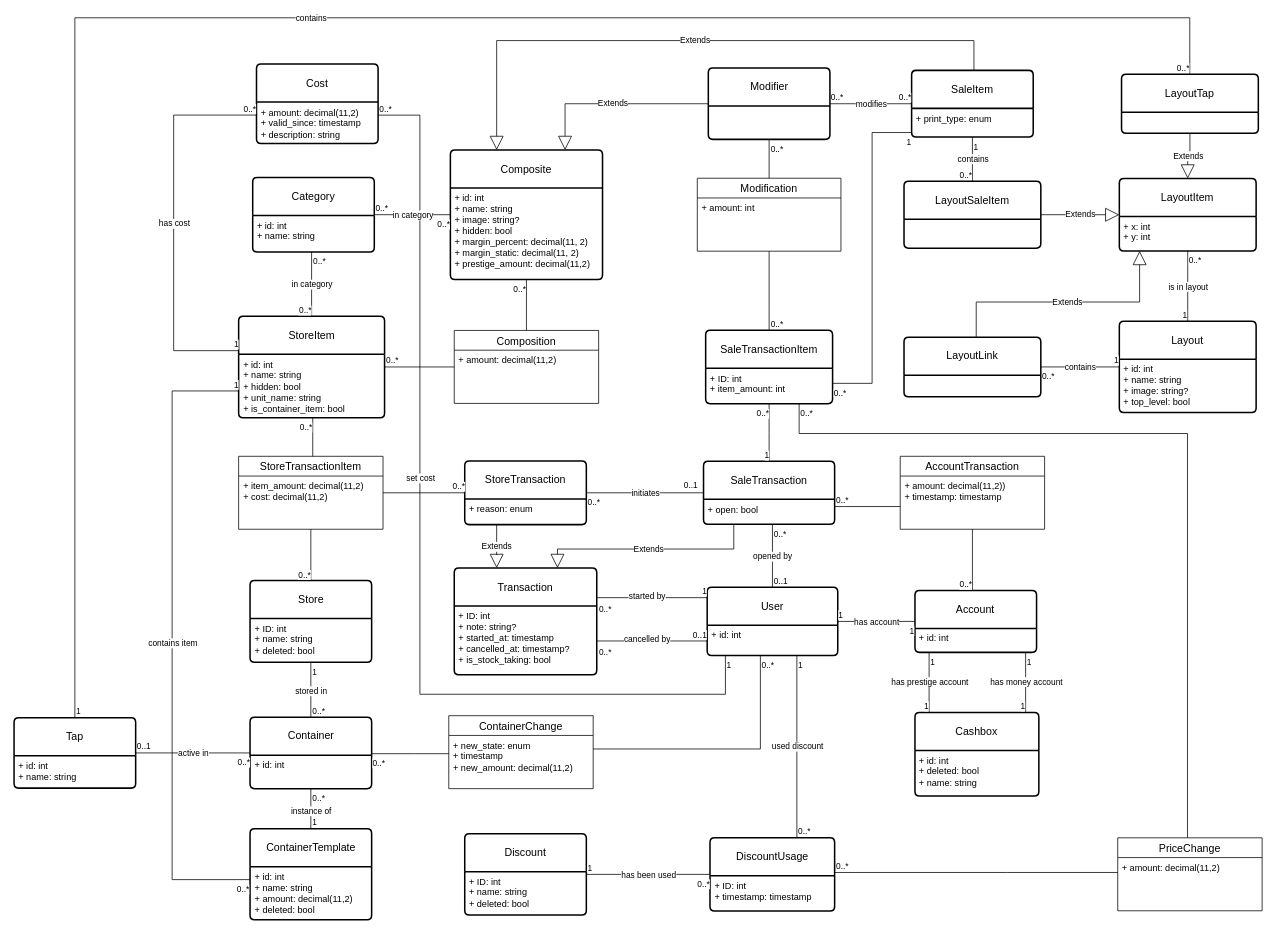
This is page "ER_New" (1 of 5) of doc/Diagrams.drawio from MrakDun-desu/kis-v4, a draw.io file, before an edit. Source tidied: cells renumbered, new cells numbered last; positions are measured from the earlier drawing's top-left corner, leaving out a move shared by most shapes. Both pictures are drawn from the tidied source at 76%, with x=0, y=0 at pixel (14, 17).
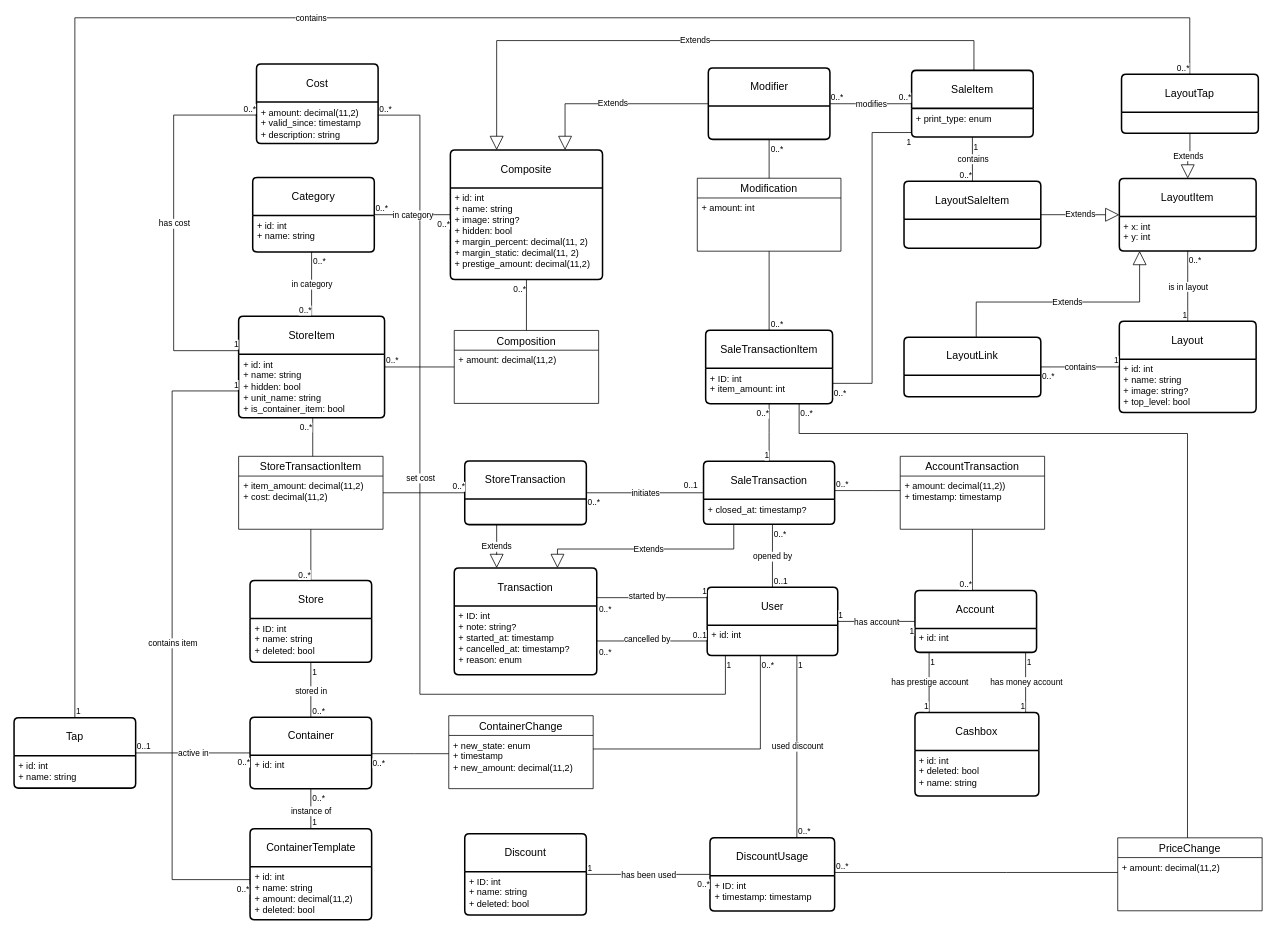
After the change.

Unchanged cells that the change refers to:
```xml
<mxCell id="6" value="Transaction" style="swimlane;horizontal=1;startSize=50;rounded=1;fontSize=14;fontStyle=0;strokeWidth=2;shadow=0;dashed=0;align=center;arcSize=4;whiteSpace=wrap;html=1;" parent="1" vertex="1">
  <mxGeometry x="579.2" y="723.9" width="187.5" height="140.5" as="geometry" />
</mxCell>
<mxCell id="8" value="StoreTransaction" style="swimlane;horizontal=1;startSize=50;rounded=1;fontSize=14;fontStyle=0;strokeWidth=2;shadow=0;dashed=0;align=center;arcSize=4;whiteSpace=wrap;html=1;" parent="1" vertex="1">
  <mxGeometry x="593" y="583" width="160" height="83.8" as="geometry" />
</mxCell>
<mxCell id="10" value="SaleTransaction" style="swimlane;horizontal=1;startSize=50;rounded=1;fontSize=14;fontStyle=0;strokeWidth=2;shadow=0;dashed=0;align=center;arcSize=4;whiteSpace=wrap;html=1;" parent="1" vertex="1">
  <mxGeometry x="907.2" y="583.5" width="172.5" height="82.8" as="geometry" />
</mxCell>
<mxCell id="73" value="AccountTransaction" style="swimlane;fontStyle=0;horizontal=1;startSize=26;align=center;fontSize=14;fontColor=default;" parent="1" vertex="1">
  <mxGeometry x="1166" y="576.9" width="190" height="96" as="geometry" />
</mxCell>
```

What changed in the source:
```diff
@@
-    <mxCell id="7" value="&lt;div&gt;+ ID: int&lt;/div&gt;&lt;div&gt;+ note: string?&lt;/div&gt;+ started_at: timestamp&lt;div&gt;+ cancelled_at: timestamp?&lt;br&gt;&lt;/div&gt;&lt;div&gt;+ is_stock_taking: bool&lt;/div&gt;" style="align=left;strokeColor=none;fillColor=none;spacingLeft=4;fontSize=12;verticalAlign=top;html=1;" parent="6" vertex="1">
+    <mxCell id="7" value="&lt;div&gt;+ ID: int&lt;/div&gt;&lt;div&gt;+ note: string?&lt;/div&gt;+ started_at: timestamp&lt;div&gt;+ cancelled_at: timestamp?&lt;br&gt;&lt;/div&gt;&lt;div&gt;+ reason: enum&lt;/div&gt;" style="align=left;strokeColor=none;fillColor=none;spacingLeft=4;fontSize=12;verticalAlign=top;html=1;" parent="6" vertex="1">
       <mxGeometry y="50" width="187.5" height="90.5" as="geometry" />
     </mxCell>
@@
-    <mxCell id="9" value="&lt;div&gt;+ reason: enum&lt;/div&gt;" style="align=left;strokeColor=none;fillColor=none;spacingLeft=4;fontSize=12;verticalAlign=top;html=1;" parent="8" vertex="1">
-      <mxGeometry y="50" width="160" height="33.8" as="geometry" />
-    </mxCell>
@@
-    <mxCell id="11" value="+ open: bool" style="align=left;strokeColor=none;fillColor=none;spacingLeft=4;fontSize=12;verticalAlign=top;html=1;" parent="10" vertex="1">
+    <mxCell id="11" value="+ closed_at: timestamp?" style="align=left;strokeColor=none;fillColor=none;spacingLeft=4;fontSize=12;verticalAlign=top;html=1;" parent="10" vertex="1">
       <mxGeometry y="50" width="172.5" height="32.8" as="geometry" />
     </mxCell>
@@
     <mxCell id="59" style="endArrow=none;html=1;rounded=0;endFill=0;edgeStyle=orthogonalEdgeStyle;" parent="1" edge="1" source="10" target="73">
       <mxGeometry relative="1" as="geometry">
         <Array as="points">
-          <mxPoint x="1093" y="643" />
-          <mxPoint x="1093" y="643" />
+          <mxPoint x="1129" y="622" />
+          <mxPoint x="1129" y="622" />
         </Array>
       </mxGeometry>
     </mxCell>
```
